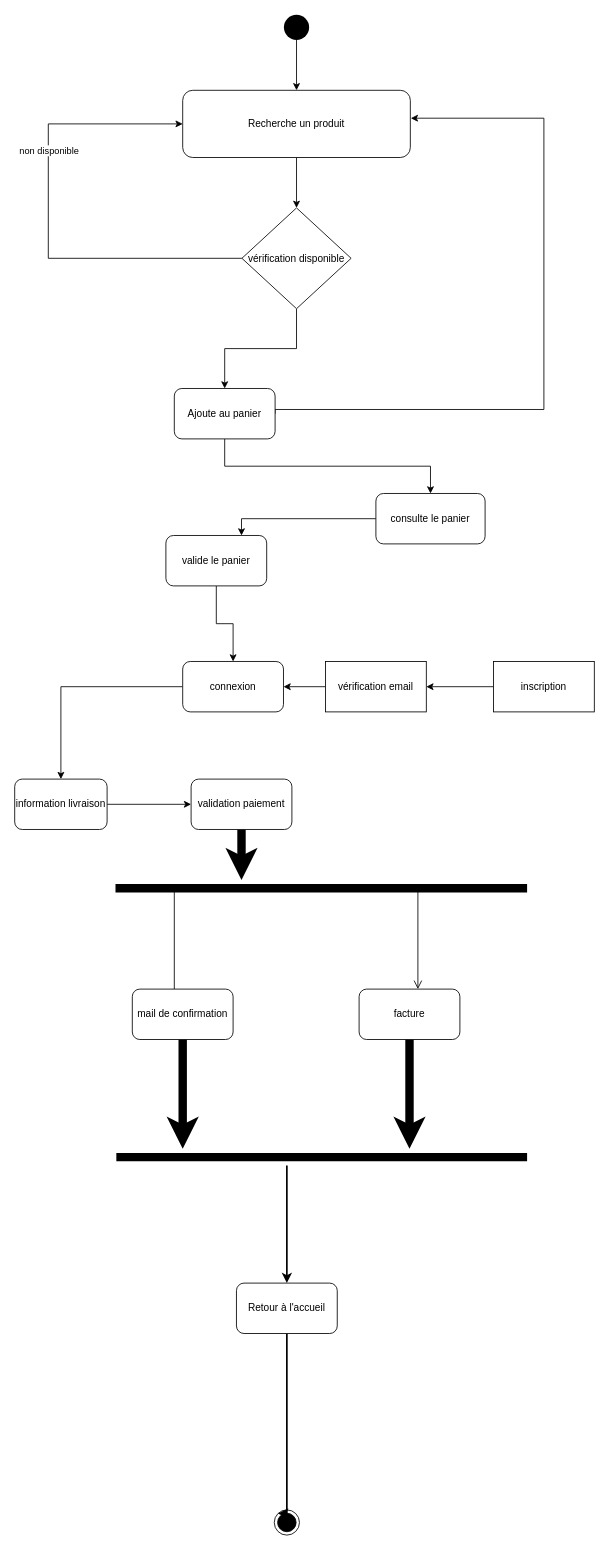
Lefhar/cda keeps this draw.io diagram as fil_rouge/UML/diagramme_activite.drawio. Above is the earlier version. Source tidied: cells renumbered, new cells numbered last; positions are measured from the earlier drawing's top-left corner, leaving out a move shared by most shapes. Both pictures are drawn from the tidied source at 84%, with x=0, y=0 at pixel (14, 14).
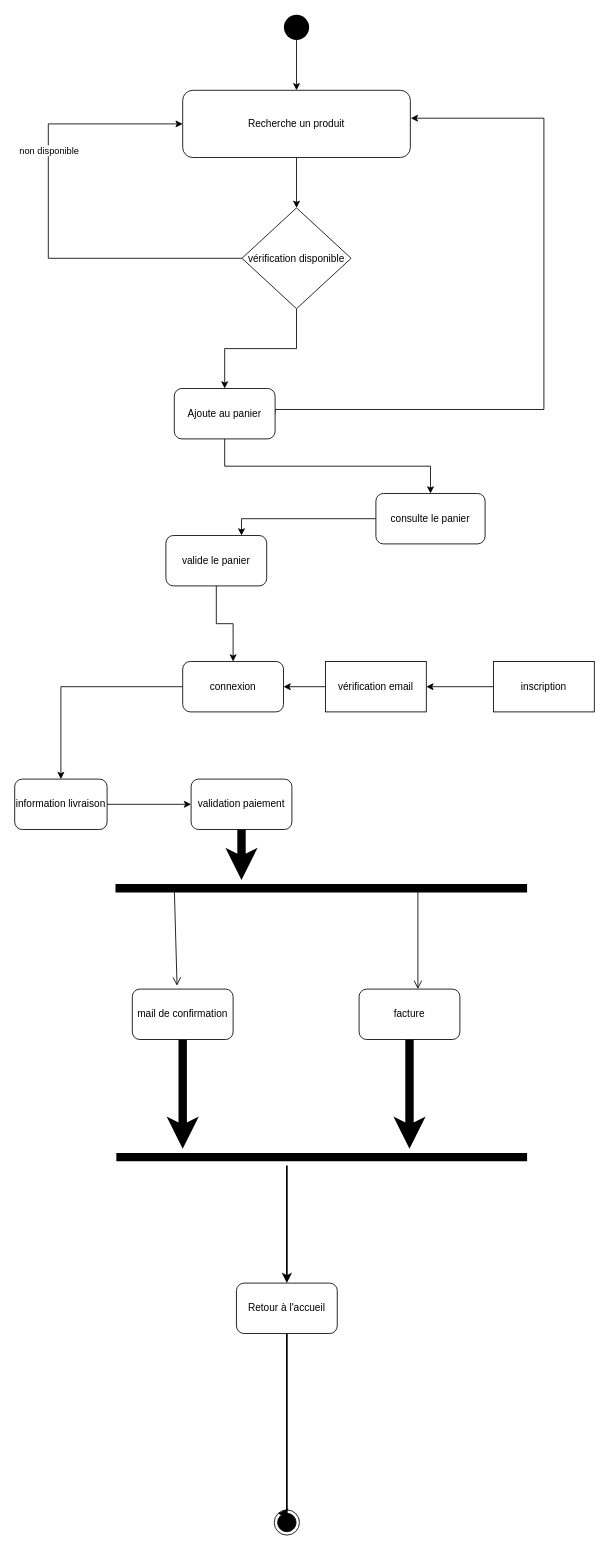
Above is the later version.

Commit message:
mise à jour

The change refers to these unchanged cells:
```xml
<mxCell id="31" value="mail de confirmation" style="rounded=1;whiteSpace=wrap;html=1;" parent="1" vertex="1">
  <mxGeometry x="140" y="1160" width="120" height="60" as="geometry" />
</mxCell>
```

Diff of the diagram source:
```diff
@@
-    <mxCell id="28" style="endArrow=open;startArrow=none;endFill=0;startFill=0;endSize=8;html=1;verticalAlign=bottom;labelBackgroundColor=none;strokeWidth=1;rounded=0;" parent="1" edge="1">
+    <mxCell id="28" style="endArrow=open;startArrow=none;endFill=0;startFill=0;endSize=8;html=1;verticalAlign=bottom;labelBackgroundColor=none;strokeWidth=1;rounded=0;entryX=0.444;entryY=-0.065;entryDx=0;entryDy=0;entryPerimeter=0;" parent="1" edge="1" target="31">
       <mxGeometry relative="1" as="geometry">
         <mxPoint x="190" y="1040" as="sourcePoint" />
-        <mxPoint x="190" y="1170" as="targetPoint" />
       </mxGeometry>
     </mxCell>
```
